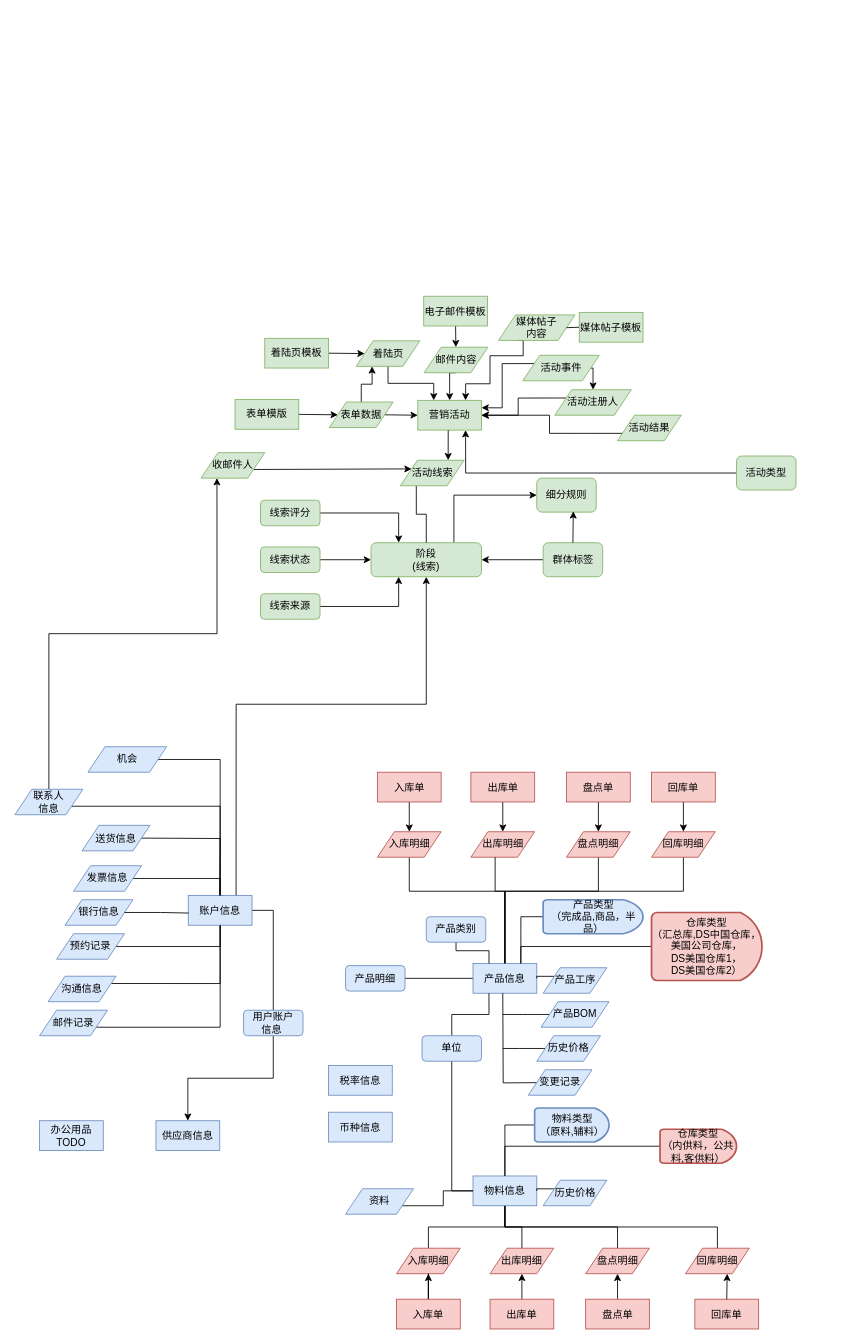
The draw.io diagram page "第 1 页" (1 of 2) of ERDiagram.drawio in sbosleo/sbosmobile, before the edit. Source tidied: cells renumbered, new cells numbered last; positions are measured from the earlier drawing's top-left corner, leaving out a move shared by most shapes. Both pictures are drawn from the tidied source at 85%, with x=0, y=0 at pixel (14, 296).
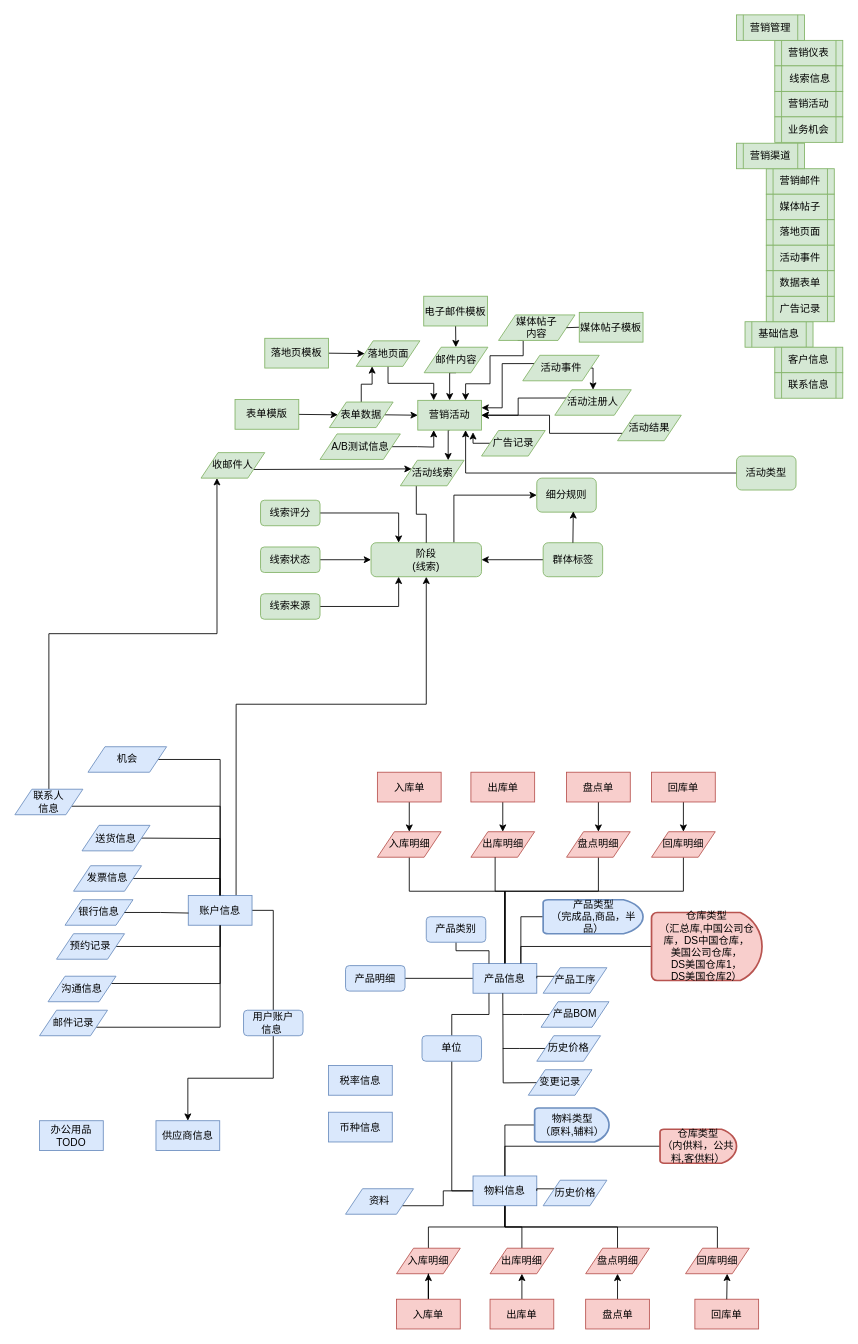
After the change.

Unchanged cells that the change refers to:
```xml
<mxCell id="105" value="营销活动" style="rounded=0;whiteSpace=wrap;html=1;fillColor=#d5e8d4;strokeColor=#82b366;" parent="1" vertex="1">
  <mxGeometry x="474" y="122.5" width="75" height="35" as="geometry" />
</mxCell>
```

The edit, as a diff of the source:
```diff
@@
-    <mxCell id="87" value="仓库类型&lt;div&gt;（汇总库,DS中国仓库，&lt;/div&gt;&lt;div&gt;美国公司仓库，&lt;/div&gt;&lt;div&gt;DS美国仓库1，&lt;/div&gt;&lt;div&gt;DS美国仓库2）&lt;/div&gt;" style="strokeWidth=2;html=1;shape=mxgraph.flowchart.delay;whiteSpace=wrap;fillColor=#f8cecc;strokeColor=#b85450;" parent="1" vertex="1">
+    <mxCell id="87" value="仓库类型&lt;div&gt;（汇总库,中国公司仓库，DS中国仓库，&lt;/div&gt;&lt;div&gt;美国公司仓库，&lt;/div&gt;&lt;div&gt;DS美国仓库1，&lt;/div&gt;&lt;div&gt;DS美国仓库2）&lt;/div&gt;" style="strokeWidth=2;html=1;shape=mxgraph.flowchart.delay;whiteSpace=wrap;fillColor=#f8cecc;strokeColor=#b85450;" parent="1" vertex="1">
       <mxGeometry x="749" y="725" width="130" height="80" as="geometry" />
     </mxCell>
@@
-    <mxCell id="119" value="着陆页" style="shape=parallelogram;perimeter=parallelogramPerimeter;whiteSpace=wrap;html=1;fixedSize=1;fillColor=#d5e8d4;strokeColor=#82b366;" parent="1" vertex="1">
+    <mxCell id="119" value="落地页面" style="shape=parallelogram;perimeter=parallelogramPerimeter;whiteSpace=wrap;html=1;fixedSize=1;fillColor=#d5e8d4;strokeColor=#82b366;" parent="1" vertex="1">
       <mxGeometry x="401.5" y="52.5" width="75" height="30" as="geometry" />
     </mxCell>
@@
-    <mxCell id="121" value="着陆页模板" style="rounded=0;whiteSpace=wrap;html=1;fillColor=#d5e8d4;strokeColor=#82b366;" parent="1" vertex="1">
+    <mxCell id="121" value="落地页模板" style="rounded=0;whiteSpace=wrap;html=1;fillColor=#d5e8d4;strokeColor=#82b366;" parent="1" vertex="1">
       <mxGeometry x="294" y="49.5" width="75" height="35" as="geometry" />
     </mxCell>
@@
+    <mxCell id="136" style="edgeStyle=orthogonalEdgeStyle;rounded=0;jettySize=auto;html=1;exitX=0;exitY=0.5;exitDx=0;exitDy=0;" parent="1" edge="1" source="137">
+      <mxGeometry relative="1" as="geometry">
+        <mxPoint x="539" y="160" as="targetPoint" />
+      </mxGeometry>
+    </mxCell>
+    <mxCell id="137" value="广告记录" style="shape=parallelogram;perimeter=parallelogramPerimeter;whiteSpace=wrap;html=1;fixedSize=1;fillColor=#d5e8d4;strokeColor=#82b366;" parent="1" vertex="1">
+      <mxGeometry x="549" y="158" width="75" height="30" as="geometry" />
+    </mxCell>
+    <mxCell id="138" style="edgeStyle=orthogonalEdgeStyle;rounded=0;jettySize=auto;html=1;exitX=1;exitY=0.5;exitDx=0;exitDy=0;entryX=0.25;entryY=1;entryDx=0;entryDy=0;" parent="1" edge="1" source="139" target="105">
+      <mxGeometry relative="1" as="geometry" />
+    </mxCell>
+    <mxCell id="139" value="A/B测试信息" style="shape=parallelogram;perimeter=parallelogramPerimeter;whiteSpace=wrap;html=1;fixedSize=1;fillColor=#d5e8d4;strokeColor=#82b366;" parent="1" vertex="1">
+      <mxGeometry x="359" y="162" width="94.5" height="30" as="geometry" />
+    </mxCell>
+    <mxCell id="140" value="营销活动" style="shape=process;whiteSpace=wrap;html=1;backgroundOutline=1;fillColor=#d5e8d4;strokeColor=#82b366;" parent="1" vertex="1">
+      <mxGeometry x="894" y="-241" width="80" height="30" as="geometry" />
+    </mxCell>
+    <mxCell id="141" value="营销邮件" style="shape=process;whiteSpace=wrap;html=1;backgroundOutline=1;fillColor=#d5e8d4;strokeColor=#82b366;" parent="1" vertex="1">
+      <mxGeometry x="884" y="-150" width="80" height="30" as="geometry" />
+    </mxCell>
+    <mxCell id="142" value="媒体帖子" style="shape=process;whiteSpace=wrap;html=1;backgroundOutline=1;fillColor=#d5e8d4;strokeColor=#82b366;" parent="1" vertex="1">
+      <mxGeometry x="884" y="-120" width="80" height="30" as="geometry" />
+    </mxCell>
+    <mxCell id="143" value="营销仪表" style="shape=process;whiteSpace=wrap;html=1;backgroundOutline=1;fillColor=#d5e8d4;strokeColor=#82b366;" parent="1" vertex="1">
+      <mxGeometry x="894" y="-301" width="80" height="30" as="geometry" />
+    </mxCell>
+    <mxCell id="144" value="营销渠道" style="shape=process;whiteSpace=wrap;html=1;backgroundOutline=1;fillColor=#d5e8d4;strokeColor=#82b366;" parent="1" vertex="1">
+      <mxGeometry x="849" y="-180" width="80" height="30" as="geometry" />
+    </mxCell>
+    <mxCell id="145" value="基础信息" style="shape=process;whiteSpace=wrap;html=1;backgroundOutline=1;fillColor=#d5e8d4;strokeColor=#82b366;" parent="1" vertex="1">
+      <mxGeometry x="859" y="30" width="80" height="30" as="geometry" />
+    </mxCell>
+    <mxCell id="146" value="广告记录" style="shape=process;whiteSpace=wrap;html=1;backgroundOutline=1;fillColor=#d5e8d4;strokeColor=#82b366;" parent="1" vertex="1">
+      <mxGeometry x="884" width="80" height="30" as="geometry" />
+    </mxCell>
+    <mxCell id="147" value="客户信息" style="shape=process;whiteSpace=wrap;html=1;backgroundOutline=1;fillColor=#d5e8d4;strokeColor=#82b366;" parent="1" vertex="1">
+      <mxGeometry x="894" y="60" width="80" height="30" as="geometry" />
+    </mxCell>
+    <mxCell id="148" value="联系信息" style="shape=process;whiteSpace=wrap;html=1;backgroundOutline=1;fillColor=#d5e8d4;strokeColor=#82b366;" parent="1" vertex="1">
+      <mxGeometry x="894" y="90" width="80" height="30" as="geometry" />
+    </mxCell>
+    <mxCell id="149" value="&amp;nbsp;线索信息" style="shape=process;whiteSpace=wrap;html=1;backgroundOutline=1;fillColor=#d5e8d4;strokeColor=#82b366;" parent="1" vertex="1">
+      <mxGeometry x="894" y="-271" width="80" height="30" as="geometry" />
+    </mxCell>
+    <mxCell id="150" value="落地页面" style="shape=process;whiteSpace=wrap;html=1;backgroundOutline=1;fillColor=#d5e8d4;strokeColor=#82b366;" parent="1" vertex="1">
+      <mxGeometry x="884" y="-90" width="80" height="30" as="geometry" />
+    </mxCell>
+    <mxCell id="151" value="活动事件" style="shape=process;whiteSpace=wrap;html=1;backgroundOutline=1;fillColor=#d5e8d4;strokeColor=#82b366;" parent="1" vertex="1">
+      <mxGeometry x="884" y="-60" width="80" height="30" as="geometry" />
+    </mxCell>
+    <mxCell id="152" value="数据表单" style="shape=process;whiteSpace=wrap;html=1;backgroundOutline=1;fillColor=#d5e8d4;strokeColor=#82b366;" parent="1" vertex="1">
+      <mxGeometry x="884" y="-30" width="80" height="30" as="geometry" />
+    </mxCell>
+    <mxCell id="153" value="营销管理" style="shape=process;whiteSpace=wrap;html=1;backgroundOutline=1;fillColor=#d5e8d4;strokeColor=#82b366;" parent="1" vertex="1">
+      <mxGeometry x="849" y="-331" width="80" height="30" as="geometry" />
+    </mxCell>
+    <mxCell id="154" value="业务机会" style="shape=process;whiteSpace=wrap;html=1;backgroundOutline=1;fillColor=#d5e8d4;strokeColor=#82b366;" parent="1" vertex="1">
+      <mxGeometry x="894" y="-211" width="80" height="30" as="geometry" />
+    </mxCell>
```
